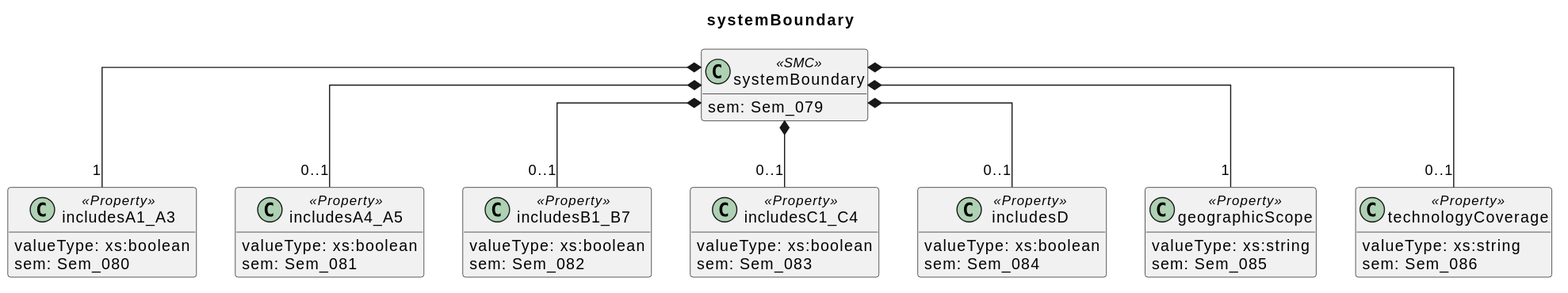
The PlantUML diagram docs/model/sections/systemBoundary.svg in Leeeks/aas-epd-type-iii-submodel, before a commit.
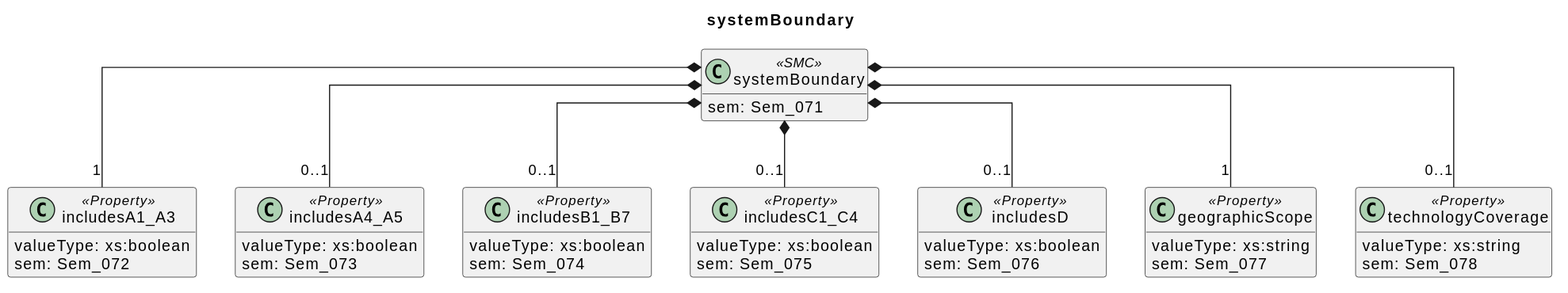
After the commit.

What changed in the source:
```diff
@@ -5,35 +5,35 @@
 hide empty members
 
 class systemBoundary <<SMC>> {
-  sem: Sem_079
+  sem: Sem_071
 }
 class includesA1_A3 <<Property>> {
   valueType: xs:boolean
-  sem: Sem_080
+  sem: Sem_072
 }
 class includesA4_A5 <<Property>> {
   valueType: xs:boolean
-  sem: Sem_081
+  sem: Sem_073
 }
 class includesB1_B7 <<Property>> {
   valueType: xs:boolean
-  sem: Sem_082
+  sem: Sem_074
 }
 class includesC1_C4 <<Property>> {
   valueType: xs:boolean
-  sem: Sem_083
+  sem: Sem_075
 }
 class includesD <<Property>> {
   valueType: xs:boolean
-  sem: Sem_084
+  sem: Sem_076
 }
 class geographicScope <<Property>> {
   valueType: xs:string
-  sem: Sem_085
+  sem: Sem_077
 }
 class technologyCoverage <<Property>> {
   valueType: xs:string
-  sem: Sem_086
+  sem: Sem_078
 }
 
 systemBoundary *-- "1" includesA1_A3
```
